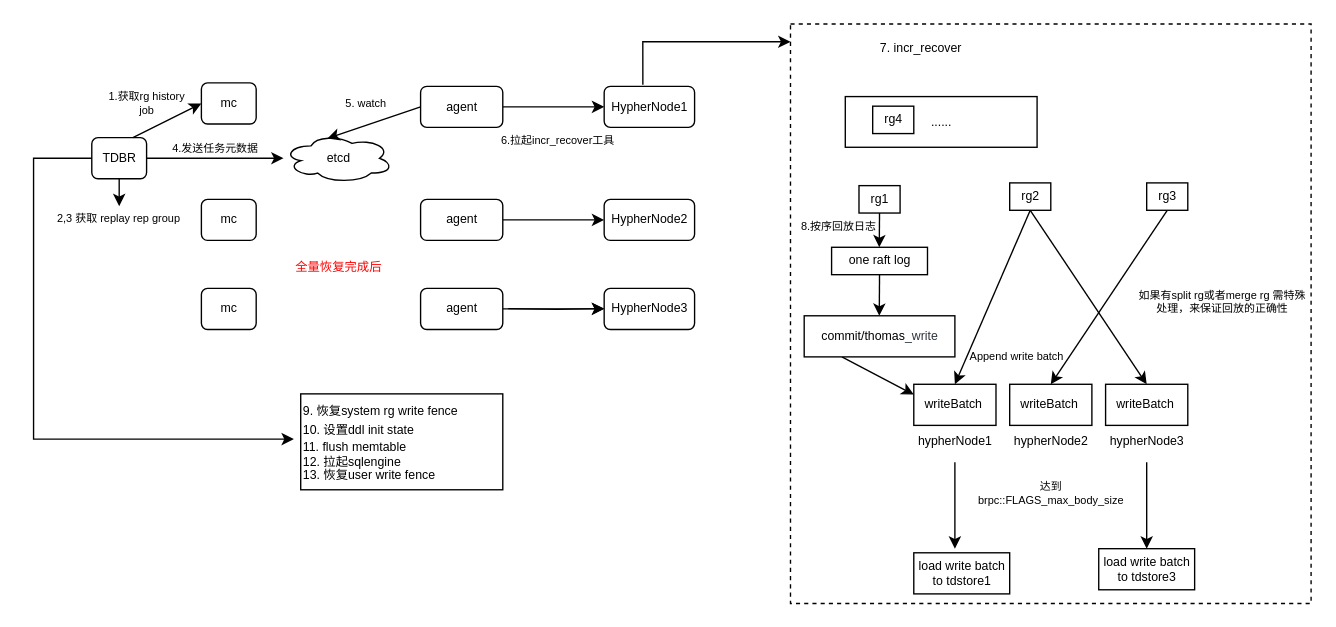
The draw.io diagram page "增量恢复的总流程" (4 of 5) of 备份恢复.drawio in chuchugao2/graph, before the edit. Source tidied: cells renumbered, new cells numbered last; positions are measured from the earlier drawing's top-left corner, leaving out a move shared by most shapes. Both pictures are drawn from the tidied source at 137%, with x=0, y=0 at pixel (33, 23).
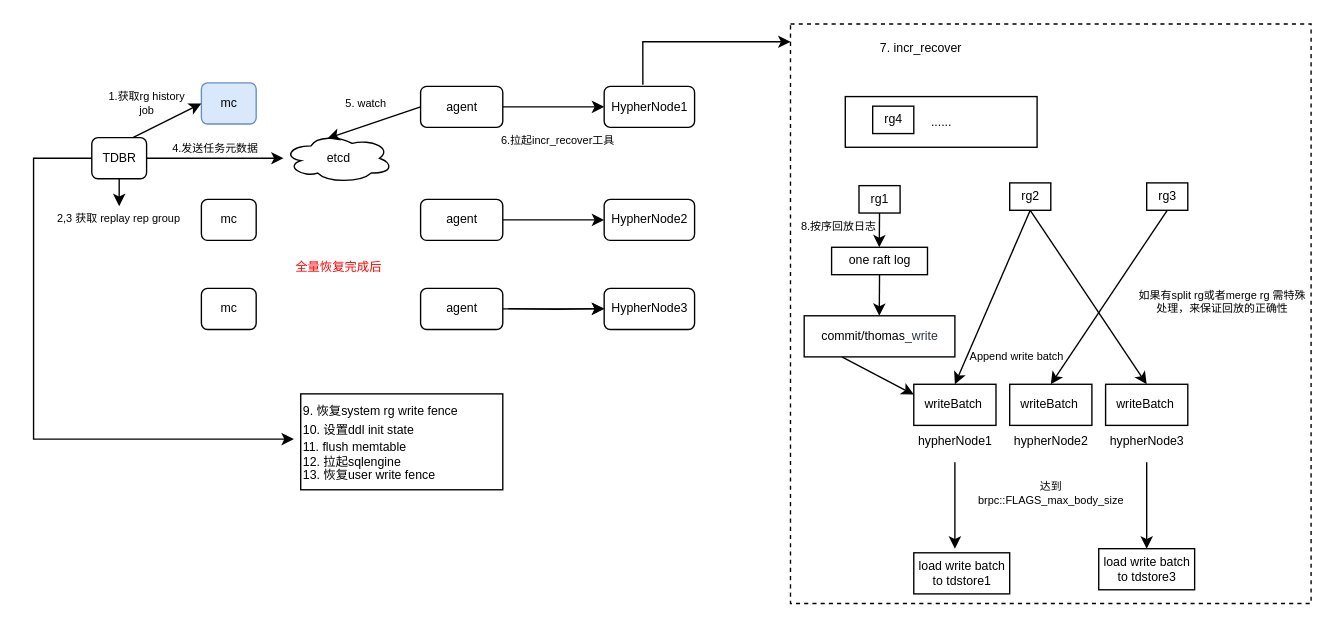
The same diagram, later.

Commit message:
更新备份恢复.drawio

What changed in the source:
```diff
@@
-    <mxCell id="8" value="mc" style="rounded=1;whiteSpace=wrap;html=1;fontSize=9;strokeWidth=1;" parent="1" vertex="1">
+    <mxCell id="8" value="mc" style="rounded=1;whiteSpace=wrap;html=1;fontSize=9;strokeWidth=1;fillColor=#dae8fc;strokeColor=#6c8ebf;" parent="1" vertex="1">
       <mxGeometry x="122.5" y="43" width="40" height="30" as="geometry" />
     </mxCell>
```
